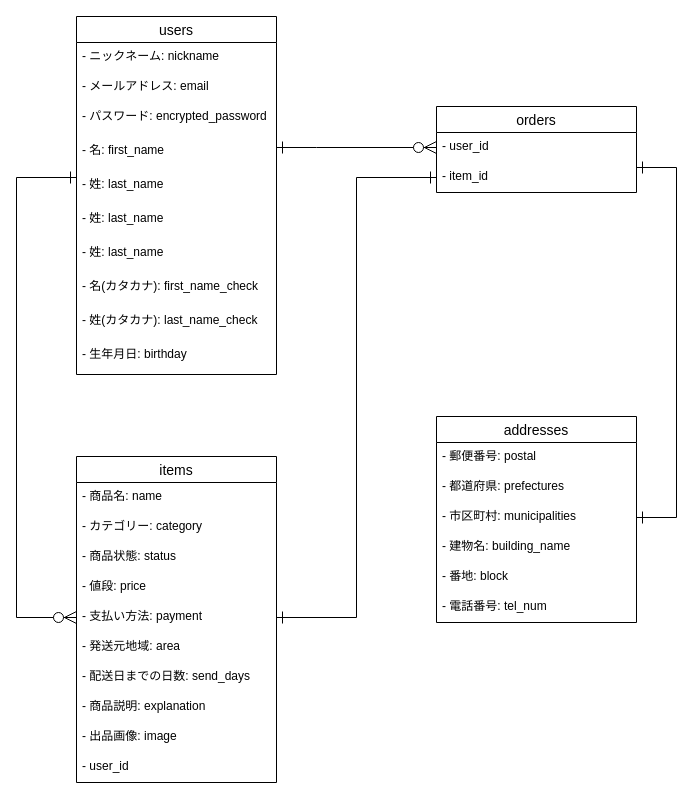
This is furima.dio from tmynoy/furima-31731, a draw.io file, before an edit. Source tidied: cells renumbered, new cells numbered last; positions are measured from the earlier drawing's top-left corner, leaving out a move shared by most shapes. Both pictures are drawn from the tidied source at 100%, with x=0, y=0 at pixel (16, 16).
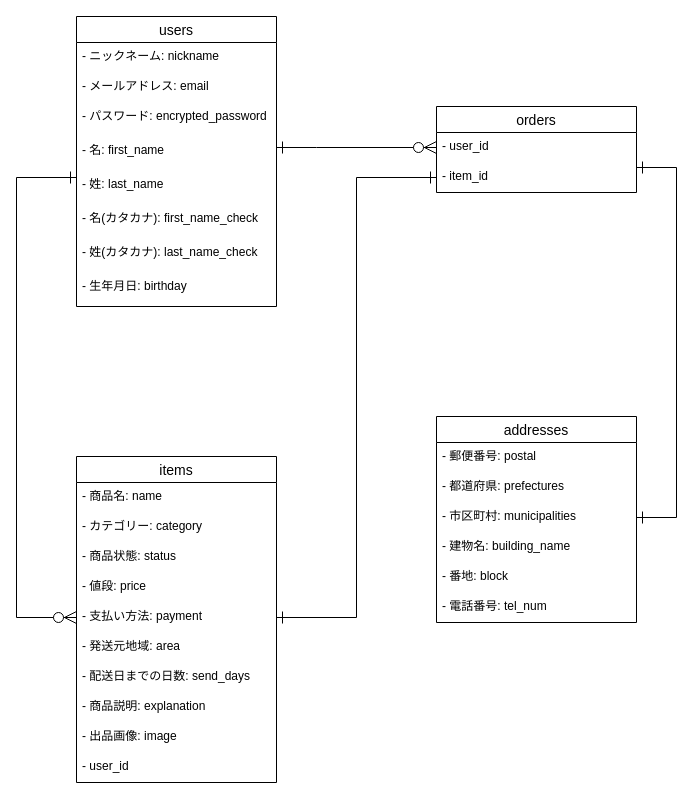
Above is the later version.

Change to the diagram source:
```diff
@@
     <mxCell id="14" value="users" style="swimlane;fontStyle=0;horizontal=1;startSize=26;align=center;fontSize=14;" parent="1" vertex="1">
-      <mxGeometry x="60" width="200" height="358" as="geometry" />
+      <mxGeometry x="60" width="200" height="290" as="geometry" />
     </mxCell>
@@
-    <mxCell id="20" value="- 姓: last_name" style="text;strokeColor=none;fillColor=none;spacingLeft=4;spacingRight=4;overflow=hidden;fontSize=12;" parent="14" vertex="1">
-      <mxGeometry y="188" width="200" height="34" as="geometry" />
-    </mxCell>
-    <mxCell id="21" value="- 姓: last_name" style="text;strokeColor=none;fillColor=none;spacingLeft=4;spacingRight=4;overflow=hidden;fontSize=12;" parent="14" vertex="1">
-      <mxGeometry y="222" width="200" height="34" as="geometry" />
-    </mxCell>
     <mxCell id="22" value="- 名(カタカナ): first_name_check" style="text;strokeColor=none;fillColor=none;spacingLeft=4;spacingRight=4;overflow=hidden;fontSize=12;" parent="14" vertex="1">
-      <mxGeometry y="256" width="200" height="34" as="geometry" />
+      <mxGeometry y="188" width="200" height="34" as="geometry" />
     </mxCell>
     <mxCell id="23" value="- 姓(カタカナ): last_name_check" style="text;strokeColor=none;fillColor=none;spacingLeft=4;spacingRight=4;overflow=hidden;fontSize=12;" parent="14" vertex="1">
-      <mxGeometry y="290" width="200" height="34" as="geometry" />
+      <mxGeometry y="222" width="200" height="34" as="geometry" />
     </mxCell>
     <mxCell id="24" value="- 生年月日: birthday" style="text;strokeColor=none;fillColor=none;spacingLeft=4;spacingRight=4;overflow=hidden;fontSize=12;" parent="14" vertex="1">
-      <mxGeometry y="324" width="200" height="34" as="geometry" />
+      <mxGeometry y="256" width="200" height="34" as="geometry" />
     </mxCell>
```
